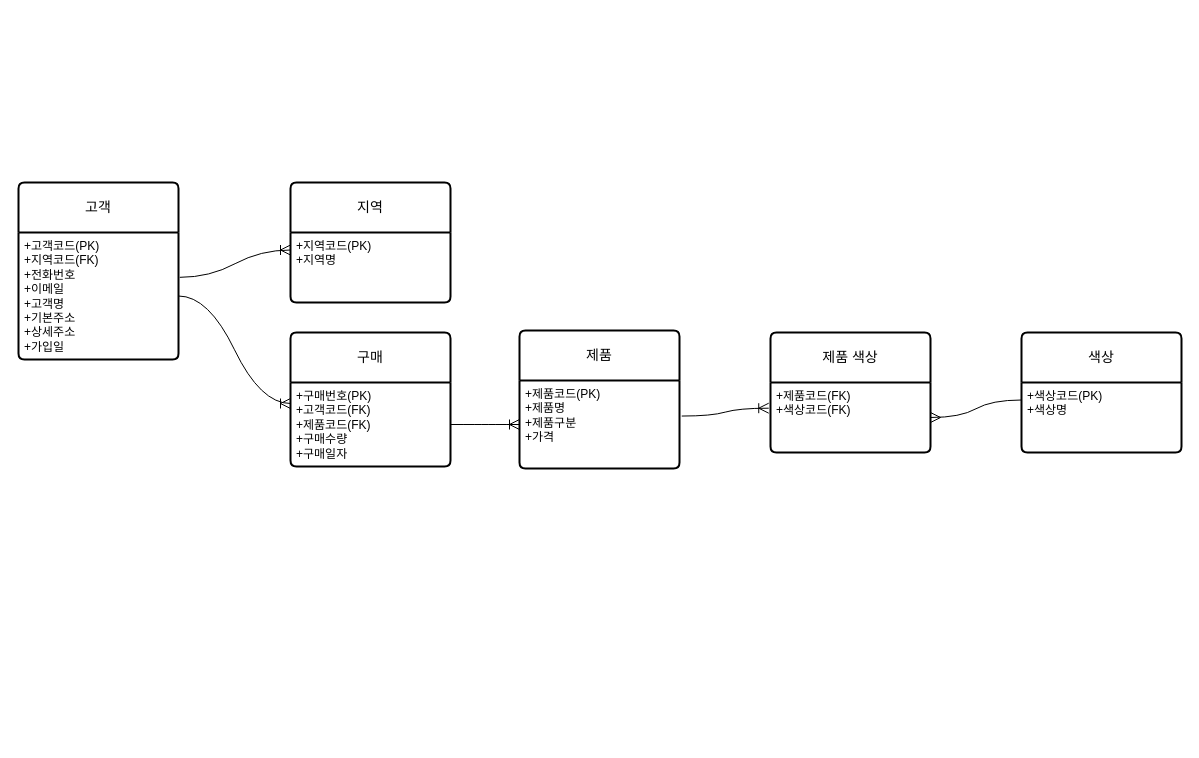
Earlier version of the draw.io diagram page "페이지-2" (2 of 2) of 온라인_전자상거래_플랫폼_예.drawio (HJ0216/ERDPractice). Source tidied: cells renumbered, new cells numbered last; positions are measured from the earlier drawing's top-left corner, leaving out a move shared by most shapes. Both pictures are drawn from the tidied source at 100%, with x=0, y=0 at pixel (18, 182).
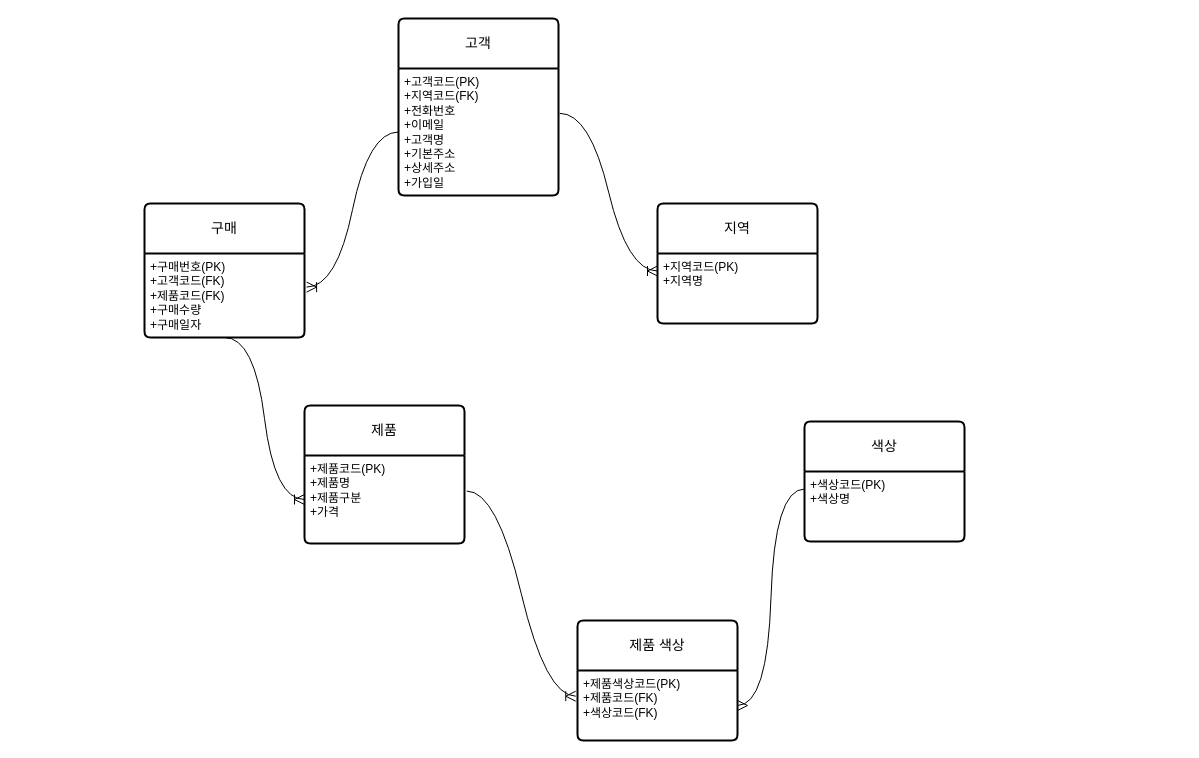
Above is the later version.

Commit message:
📝Docs: #-- 온라인전자상거래플랫폼 논리적 모델링 수정

The edit, as a diff of the source:
```diff
@@
 <mxGraphModel>
   <root>
     <mxCell id="0" />
     <mxCell id="1" parent="0" />
     <mxCell id="2" value="고객" style="swimlane;horizontal=1;startSize=50;rounded=1;fontSize=14;fontStyle=0;strokeWidth=2;shadow=0;dashed=0;align=center;arcSize=4;whiteSpace=wrap;html=1;" parent="1" vertex="1">
-      <mxGeometry width="160" height="177" as="geometry" />
+      <mxGeometry x="380" y="-164" width="160" height="177" as="geometry" />
     </mxCell>
     <mxCell id="3" value="+고객코드(PK)&lt;br&gt;+지역코드(FK)&lt;br&gt;&lt;div&gt;+전화번호&lt;div&gt;+이메일&lt;br&gt;+고객명&lt;/div&gt;&lt;div&gt;+기본주소&lt;/div&gt;&lt;div&gt;+상세주소&lt;/div&gt;&lt;div&gt;+가입일&lt;/div&gt;&lt;/div&gt;" style="align=left;strokeColor=none;fillColor=none;spacingLeft=4;fontSize=12;verticalAlign=top;html=1;" parent="2" vertex="1">
       <mxGeometry y="50" width="160" height="127" as="geometry" />
     </mxCell>
     <mxCell id="4" value="지역" style="swimlane;horizontal=1;startSize=50;rounded=1;fontSize=14;fontStyle=0;strokeWidth=2;shadow=0;dashed=0;align=center;arcSize=4;whiteSpace=wrap;html=1;" parent="1" vertex="1">
-      <mxGeometry x="272" width="160" height="120" as="geometry" />
+      <mxGeometry x="639" y="21" width="160" height="120" as="geometry" />
     </mxCell>
     <mxCell id="5" value="+지역코드(PK)&lt;div&gt;+지역명&lt;/div&gt;" style="align=left;strokeColor=none;fillColor=none;spacingLeft=4;fontSize=12;verticalAlign=top;html=1;" parent="4" vertex="1">
       <mxGeometry y="50" width="160" height="70" as="geometry" />
     </mxCell>
     <mxCell id="6" value="제품" style="swimlane;horizontal=1;startSize=50;rounded=1;fontSize=14;fontStyle=0;strokeWidth=2;shadow=0;dashed=0;align=center;arcSize=4;whiteSpace=wrap;html=1;" parent="1" vertex="1">
-      <mxGeometry x="501" y="148" width="160" height="138" as="geometry" />
+      <mxGeometry x="286" y="223" width="160" height="138" as="geometry" />
     </mxCell>
     <mxCell id="7" value="+제품코드(PK)&lt;div&gt;+제품명&lt;/div&gt;&lt;div&gt;+제품구분&lt;/div&gt;&lt;div&gt;+가격&lt;/div&gt;" style="align=left;strokeColor=none;fillColor=none;spacingLeft=4;fontSize=12;verticalAlign=top;html=1;" parent="6" vertex="1">
       <mxGeometry y="50" width="160" height="88" as="geometry" />
     </mxCell>
     <mxCell id="8" value="구매" style="swimlane;horizontal=1;startSize=50;rounded=1;fontSize=14;fontStyle=0;strokeWidth=2;shadow=0;dashed=0;align=center;arcSize=4;whiteSpace=wrap;html=1;" parent="1" vertex="1">
-      <mxGeometry x="272" y="150" width="160" height="134" as="geometry" />
+      <mxGeometry x="126" y="21" width="160" height="134" as="geometry" />
     </mxCell>
     <mxCell id="9" value="+구매번호(PK)&lt;div&gt;+고객코드(FK)&lt;/div&gt;&lt;div&gt;+제품코드(FK)&lt;/div&gt;&lt;div&gt;+구매수량&lt;/div&gt;&lt;div&gt;+구매일자&lt;/div&gt;" style="align=left;strokeColor=none;fillColor=none;spacingLeft=4;fontSize=12;verticalAlign=top;html=1;" parent="8" vertex="1">
       <mxGeometry y="50" width="160" height="84" as="geometry" />
     </mxCell>
     <mxCell id="10" value="색상" style="swimlane;horizontal=1;startSize=50;rounded=1;fontSize=14;fontStyle=0;strokeWidth=2;shadow=0;dashed=0;align=center;arcSize=4;whiteSpace=wrap;html=1;" parent="1" vertex="1">
-      <mxGeometry x="1003" y="150" width="160" height="120" as="geometry" />
+      <mxGeometry x="786" y="239" width="160" height="120" as="geometry" />
     </mxCell>
     <mxCell id="11" value="+색상코드(PK)&lt;div&gt;&lt;div&gt;+색상명&lt;/div&gt;&lt;/div&gt;" style="align=left;strokeColor=none;fillColor=none;spacingLeft=4;fontSize=12;verticalAlign=top;html=1;" parent="10" vertex="1">
       <mxGeometry y="50" width="160" height="70" as="geometry" />
     </mxCell>
     <mxCell id="12" style="edgeStyle=entityRelationEdgeStyle;fontSize=12;html=1;endArrow=ERoneToMany;rounded=0;startSize=8;endSize=8;curved=1;entryX=0;entryY=0.25;entryDx=0;entryDy=0;exitX=1.008;exitY=0.353;exitDx=0;exitDy=0;exitPerimeter=0;" parent="1" edge="1" source="3" target="5">
       <mxGeometry relative="1" as="geometry" />
     </mxCell>
-    <mxCell id="13" style="edgeStyle=entityRelationEdgeStyle;fontSize=12;html=1;endArrow=ERoneToMany;rounded=0;startSize=8;endSize=8;curved=1;exitX=1;exitY=0.5;exitDx=0;exitDy=0;entryX=0;entryY=0.25;entryDx=0;entryDy=0;" parent="1" edge="1" source="3" target="9">
+    <mxCell id="13" style="edgeStyle=entityRelationEdgeStyle;fontSize=12;html=1;endArrow=ERoneToMany;rounded=0;startSize=8;endSize=8;curved=1;exitX=0;exitY=0.5;exitDx=0;exitDy=0;entryX=1.013;entryY=0.4;entryDx=0;entryDy=0;entryPerimeter=0;" parent="1" edge="1" source="3" target="9">
       <mxGeometry relative="1" as="geometry" />
     </mxCell>
-    <mxCell id="14" style="edgeStyle=entityRelationEdgeStyle;fontSize=12;html=1;endArrow=ERoneToMany;rounded=0;startSize=8;endSize=8;curved=1;entryX=0;entryY=0.5;entryDx=0;entryDy=0;exitX=1;exitY=0.5;exitDx=0;exitDy=0;" parent="1" edge="1" source="9" target="7">
+    <mxCell id="14" style="edgeStyle=entityRelationEdgeStyle;fontSize=12;html=1;endArrow=ERoneToMany;rounded=0;startSize=8;endSize=8;curved=1;entryX=0;entryY=0.5;entryDx=0;entryDy=0;exitX=0.5;exitY=1;exitDx=0;exitDy=0;" parent="1" edge="1" source="9" target="7">
       <mxGeometry relative="1" as="geometry" />
     </mxCell>
     <mxCell id="15" value="제품 색상" style="swimlane;horizontal=1;startSize=50;rounded=1;fontSize=14;fontStyle=0;strokeWidth=2;shadow=0;dashed=0;align=center;arcSize=4;whiteSpace=wrap;html=1;" parent="1" vertex="1">
-      <mxGeometry x="752" y="150" width="160" height="120" as="geometry" />
+      <mxGeometry x="559" y="438" width="160" height="120" as="geometry" />
     </mxCell>
-    <mxCell id="16" value="&lt;div&gt;&lt;span style=&quot;background-color: initial;&quot;&gt;+제품코드(FK)&lt;/span&gt;&lt;/div&gt;&lt;div&gt;+색상코드(FK)&lt;div&gt;&lt;/div&gt;&lt;/div&gt;&lt;div&gt;&lt;br&gt;&lt;/div&gt;" style="align=left;strokeColor=none;fillColor=none;spacingLeft=4;fontSize=12;verticalAlign=top;html=1;" parent="15" vertex="1">
+    <mxCell id="16" value="&lt;div&gt;+제품색상코드(PK)&lt;span style=&quot;background-color: initial;&quot;&gt;&lt;/span&gt;&lt;/div&gt;&lt;div&gt;&lt;span style=&quot;background-color: initial;&quot;&gt;+제품코드(FK)&lt;/span&gt;&lt;/div&gt;&lt;div&gt;+색상코드(FK)&lt;div&gt;&lt;/div&gt;&lt;/div&gt;&lt;div&gt;&lt;br&gt;&lt;/div&gt;" style="align=left;strokeColor=none;fillColor=none;spacingLeft=4;fontSize=12;verticalAlign=top;html=1;" parent="15" vertex="1">
       <mxGeometry y="50" width="160" height="70" as="geometry" />
     </mxCell>
     <mxCell id="17" style="edgeStyle=entityRelationEdgeStyle;fontSize=12;html=1;endArrow=ERoneToMany;rounded=0;startSize=8;endSize=8;curved=1;exitX=1.014;exitY=0.404;exitDx=0;exitDy=0;exitPerimeter=0;entryX=-0.011;entryY=0.367;entryDx=0;entryDy=0;entryPerimeter=0;" parent="1" edge="1" source="7" target="16">
       <mxGeometry relative="1" as="geometry" />
     </mxCell>
     <mxCell id="18" style="edgeStyle=entityRelationEdgeStyle;fontSize=12;html=1;endArrow=ERmany;rounded=0;startSize=8;endSize=8;curved=1;exitX=0;exitY=0.25;exitDx=0;exitDy=0;entryX=1;entryY=0.5;entryDx=0;entryDy=0;" parent="1" edge="1" source="11" target="16">
       <mxGeometry relative="1" as="geometry" />
     </mxCell>
   </root>
 </mxGraphModel>
```
